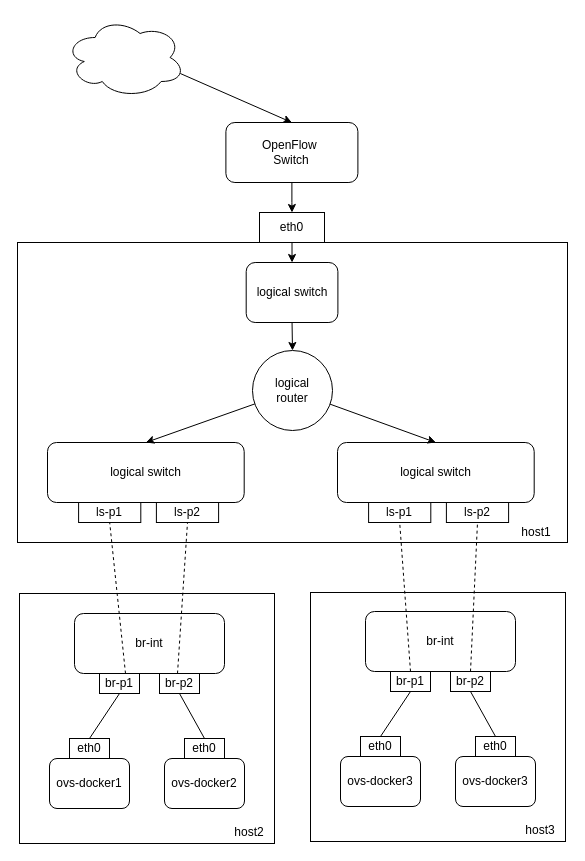
Earlier version of the draw.io diagram ovncom.drawio (ctimbai/draw.io). Source tidied: cells renumbered, new cells numbered last; positions are measured from the earlier drawing's top-left corner, leaving out a move shared by most shapes. Both pictures are drawn from the tidied source at 100%, with x=0, y=0 at pixel (17, 17).
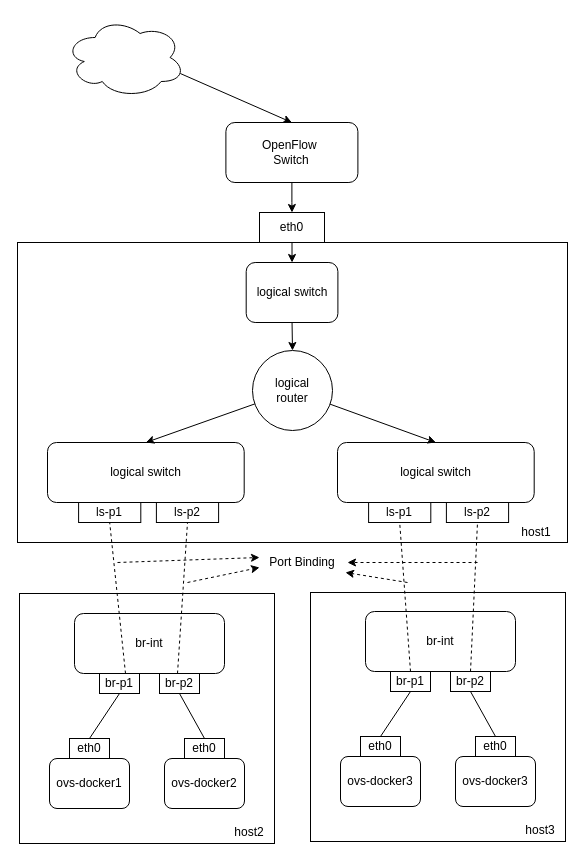
Above is the later version.

Diff of the diagram source:
```diff
@@
+    <mxCell id="47" style="endArrow=classic;html=1;entryX=0;entryY=0.25;entryDx=0;entryDy=0;dashed=1;" parent="1" edge="1" target="49">
+      <mxGeometry relative="1" as="geometry">
+        <mxPoint x="100" y="545" as="sourcePoint" />
+      </mxGeometry>
+    </mxCell>
+    <mxCell id="48" style="endArrow=classic;html=1;entryX=0;entryY=0.75;entryDx=0;entryDy=0;dashed=1;" parent="1" edge="1" target="49">
+      <mxGeometry relative="1" as="geometry">
+        <mxPoint x="170" y="565" as="sourcePoint" />
+      </mxGeometry>
+    </mxCell>
+    <mxCell id="49" value="Port Binding" style="text;html=1;strokeColor=none;fillColor=none;align=center;verticalAlign=middle;whiteSpace=wrap;rounded=0;" parent="1" vertex="1">
+      <mxGeometry x="242" y="535" width="86" height="20" as="geometry" />
+    </mxCell>
+    <mxCell id="50" style="endArrow=classic;html=1;entryX=1;entryY=1;entryDx=0;entryDy=0;dashed=1;" parent="1" edge="1" target="49">
+      <mxGeometry relative="1" as="geometry">
+        <mxPoint x="390" y="565" as="sourcePoint" />
+      </mxGeometry>
+    </mxCell>
+    <mxCell id="51" style="endArrow=classic;html=1;dashed=1;" parent="1" edge="1">
+      <mxGeometry relative="1" as="geometry">
+        <mxPoint x="460" y="545" as="sourcePoint" />
+        <mxPoint x="330" y="545" as="targetPoint" />
+      </mxGeometry>
+    </mxCell>
```
